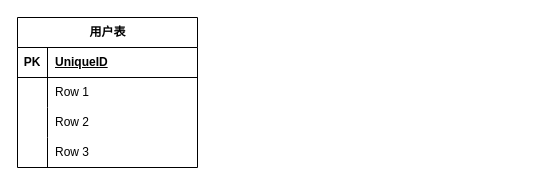
zhiquanchi/wangpan keeps this draw.io diagram as 未命名绘图.drawio. Above is the earlier version. Source tidied: cells renumbered, new cells numbered last; positions are measured from the earlier drawing's top-left corner, leaving out a move shared by most shapes. Both pictures are drawn from the tidied source at 100%, with x=0, y=0 at pixel (17, 17).
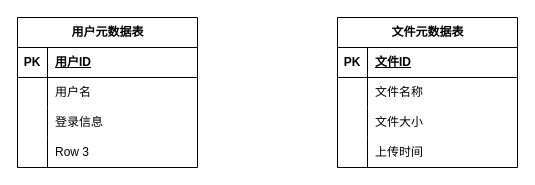
The same diagram, later.

The change refers to these unchanged cells:
```xml
<mxCell id="3" style="shape=tableRow;horizontal=0;startSize=0;swimlaneHead=0;swimlaneBody=0;fillColor=none;top=0;left=0;right=0;bottom=1;" parent="2" vertex="1">
  <mxGeometry y="30" width="180" height="30" as="geometry" />
</mxCell>
<mxCell id="6" style="shape=tableRow;horizontal=0;startSize=0;swimlaneHead=0;swimlaneBody=0;fillColor=none;top=0;left=0;right=0;bottom=0;" parent="2" vertex="1">
  <mxGeometry y="60" width="180" height="30" as="geometry" />
</mxCell>
<mxCell id="9" style="shape=tableRow;horizontal=0;startSize=0;swimlaneHead=0;swimlaneBody=0;fillColor=none;top=0;left=0;right=0;bottom=0;" parent="2" vertex="1">
  <mxGeometry y="90" width="180" height="30" as="geometry" />
</mxCell>
```

Diff of the diagram source:
```diff
@@
-    <mxCell id="2" value="用户表" style="shape=table;startSize=30;childLayout=tableLayout;rowLines=0;fontStyle=1;align=center;html=1;" parent="1" vertex="1">
+    <mxCell id="2" value="用户元数据表" style="shape=table;startSize=30;childLayout=tableLayout;rowLines=0;fontStyle=1;align=center;html=1;" parent="1" vertex="1">
       <mxGeometry width="180" height="150" as="geometry" />
     </mxCell>
@@
-    <mxCell id="5" value="UniqueID" style="shape=partialRectangle;fillColor=none;top=0;left=0;bottom=0;right=0;align=left;spacingLeft=6;fontStyle=5;overflow=hidden;whiteSpace=wrap;html=1;" parent="3" vertex="1">
+    <mxCell id="5" value="用户ID" style="shape=partialRectangle;fillColor=none;top=0;left=0;bottom=0;right=0;align=left;spacingLeft=6;fontStyle=5;overflow=hidden;whiteSpace=wrap;html=1;" parent="3" vertex="1">
       <mxGeometry x="30" width="150" height="30" as="geometry" />
     </mxCell>
@@
-    <mxCell id="8" value="Row 1" style="shape=partialRectangle;fillColor=none;top=0;left=0;bottom=0;right=0;align=left;spacingLeft=6;overflow=hidden;whiteSpace=wrap;html=1;" parent="6" vertex="1">
+    <mxCell id="8" value="用户名" style="shape=partialRectangle;fillColor=none;top=0;left=0;bottom=0;right=0;align=left;spacingLeft=6;overflow=hidden;whiteSpace=wrap;html=1;" parent="6" vertex="1">
       <mxGeometry x="30" width="150" height="30" as="geometry" />
     </mxCell>
@@
-    <mxCell id="11" value="Row 2" style="shape=partialRectangle;fillColor=none;top=0;left=0;bottom=0;right=0;align=left;spacingLeft=6;overflow=hidden;whiteSpace=wrap;html=1;" parent="9" vertex="1">
+    <mxCell id="11" value="登录信息" style="shape=partialRectangle;fillColor=none;top=0;left=0;bottom=0;right=0;align=left;spacingLeft=6;overflow=hidden;whiteSpace=wrap;html=1;" parent="9" vertex="1">
       <mxGeometry x="30" width="150" height="30" as="geometry" />
     </mxCell>
@@
+    <mxCell id="15" value="文件元数据表" style="shape=table;startSize=30;childLayout=tableLayout;rowLines=0;fontStyle=1;align=center;html=1;" parent="1" vertex="1">
+      <mxGeometry x="320" width="180" height="150" as="geometry" />
+    </mxCell>
+    <mxCell id="16" style="shape=tableRow;horizontal=0;startSize=0;swimlaneHead=0;swimlaneBody=0;fillColor=none;top=0;left=0;right=0;bottom=1;" parent="15" vertex="1">
+      <mxGeometry y="30" width="180" height="30" as="geometry" />
+    </mxCell>
+    <mxCell id="17" value="PK" style="shape=partialRectangle;fillColor=none;top=0;left=0;bottom=0;right=0;fontStyle=1;overflow=hidden;whiteSpace=wrap;html=1;" parent="16" vertex="1">
+      <mxGeometry width="30" height="30" as="geometry" />
+    </mxCell>
+    <mxCell id="18" value="文件ID" style="shape=partialRectangle;fillColor=none;top=0;left=0;bottom=0;right=0;align=left;spacingLeft=6;fontStyle=5;overflow=hidden;whiteSpace=wrap;html=1;" parent="16" vertex="1">
+      <mxGeometry x="30" width="150" height="30" as="geometry" />
+    </mxCell>
+    <mxCell id="19" style="shape=tableRow;horizontal=0;startSize=0;swimlaneHead=0;swimlaneBody=0;fillColor=none;top=0;left=0;right=0;bottom=0;" parent="15" vertex="1">
+      <mxGeometry y="60" width="180" height="30" as="geometry" />
+    </mxCell>
+    <mxCell id="20" style="shape=partialRectangle;fillColor=none;top=0;left=0;bottom=0;right=0;overflow=hidden;whiteSpace=wrap;html=1;" parent="19" vertex="1">
+      <mxGeometry width="30" height="30" as="geometry" />
+    </mxCell>
+    <mxCell id="21" value="文件名称" style="shape=partialRectangle;fillColor=none;top=0;left=0;bottom=0;right=0;align=left;spacingLeft=6;overflow=hidden;whiteSpace=wrap;html=1;" parent="19" vertex="1">
+      <mxGeometry x="30" width="150" height="30" as="geometry" />
+    </mxCell>
+    <mxCell id="22" style="shape=tableRow;horizontal=0;startSize=0;swimlaneHead=0;swimlaneBody=0;fillColor=none;top=0;left=0;right=0;bottom=0;" parent="15" vertex="1">
+      <mxGeometry y="90" width="180" height="30" as="geometry" />
+    </mxCell>
+    <mxCell id="23" style="shape=partialRectangle;fillColor=none;top=0;left=0;bottom=0;right=0;overflow=hidden;whiteSpace=wrap;html=1;" parent="22" vertex="1">
+      <mxGeometry width="30" height="30" as="geometry" />
+    </mxCell>
+    <mxCell id="24" value="文件大小" style="shape=partialRectangle;fillColor=none;top=0;left=0;bottom=0;right=0;align=left;spacingLeft=6;overflow=hidden;whiteSpace=wrap;html=1;" parent="22" vertex="1">
+      <mxGeometry x="30" width="150" height="30" as="geometry" />
+    </mxCell>
+    <mxCell id="25" style="shape=tableRow;horizontal=0;startSize=0;swimlaneHead=0;swimlaneBody=0;fillColor=none;top=0;left=0;right=0;bottom=0;" parent="15" vertex="1">
+      <mxGeometry y="120" width="180" height="30" as="geometry" />
+    </mxCell>
+    <mxCell id="26" style="shape=partialRectangle;fillColor=none;top=0;left=0;bottom=0;right=0;overflow=hidden;whiteSpace=wrap;html=1;" parent="25" vertex="1">
+      <mxGeometry width="30" height="30" as="geometry" />
+    </mxCell>
+    <mxCell id="27" value="上传时间" style="shape=partialRectangle;fillColor=none;top=0;left=0;bottom=0;right=0;align=left;spacingLeft=6;overflow=hidden;whiteSpace=wrap;html=1;" parent="25" vertex="1">
+      <mxGeometry x="30" width="150" height="30" as="geometry" />
+    </mxCell>
```
